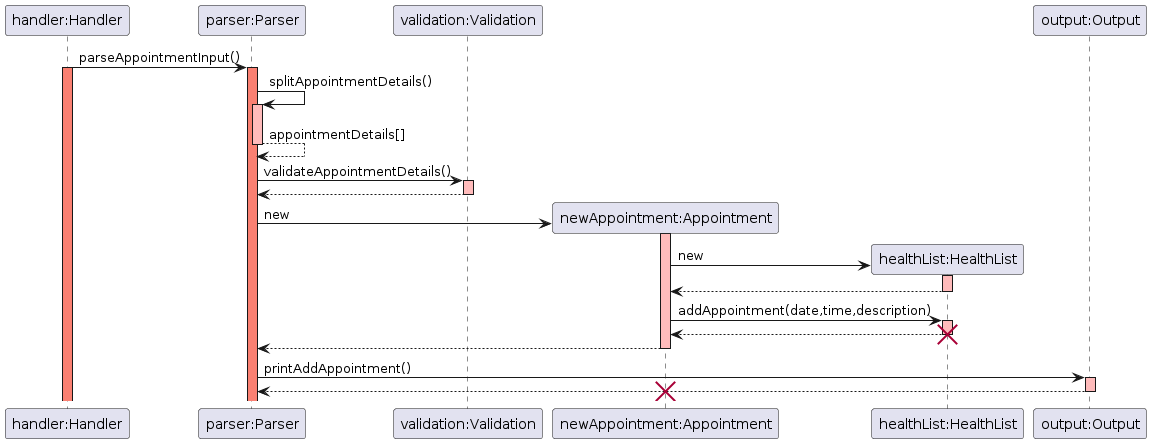
Earlier version of the PlantUML export docs/img/sequence_diagrams/appointment_sequence.png (rouvinerh/tp). The source it was exported from:
```plantuml
@startuml
skinparam sequenceReferenceBackgroundColor lightblue
participant "handler:Handler" as Handler
participant "parser:Parser" as Parser
participant "validation:Validation" as Validation
participant "newAppointment:Appointment" as Appointment
participant "healthList:HealthList" as HealthList
participant "output:Output" as Output

Handler -> Parser: parseAppointmentInput()
activate Handler #salmon
activate Parser #salmon

Parser -> Parser: splitAppointmentDetails()
activate Parser #FFBBBB
Parser --> Parser: appointmentDetails[]
deactivate Parser #FFBBBB

Parser -> Validation: validateAppointmentDetails()
activate Validation #FFBBBB
Validation --> Parser:
deactivate Validation

Parser -> Appointment **: new
activate Appointment #FFBBBB

Appointment -> HealthList **: new
activate HealthList #FFBBBB
HealthList --> Appointment:
deactivate HealthList #FFBBBB
Appointment -> HealthList: addAppointment(date,time,description)
activate HealthList #FFBBBB
HealthList --> Appointment:
deactivate HealthList #FFBBBB
destroy HealthList
Appointment --> Parser:
deactivate Appointment #FFBBBB

Parser -> Output: printAddAppointment()
activate Output #FFBBBB
Output --> Parser:
destroy Appointment
deactivate Output #FFBBBB
@enduml
```
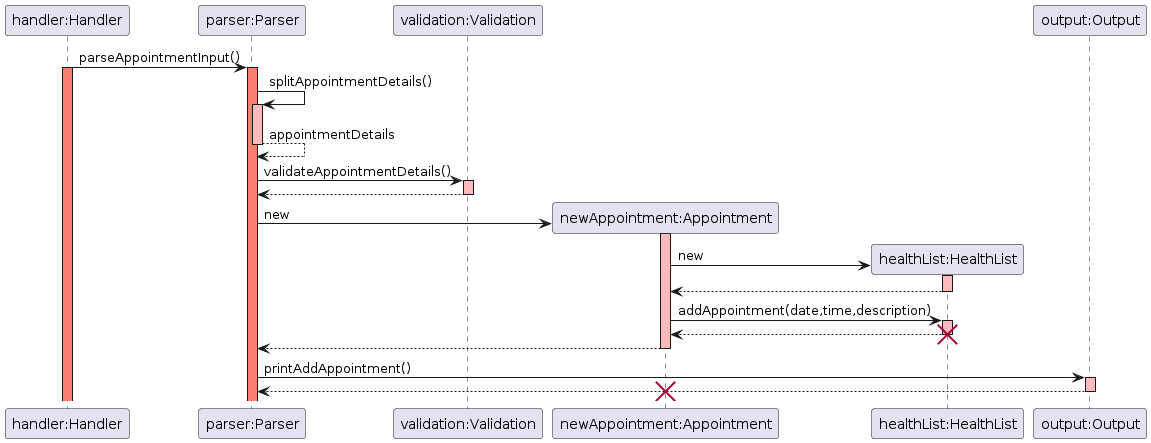
Above is the later version.

The edit, as a diff of the source:
```diff
@@ -13,7 +13,7 @@
 
 Parser -> Parser: splitAppointmentDetails()
 activate Parser #FFBBBB
-Parser --> Parser: appointmentDetails[]
+Parser --> Parser: appointmentDetails
 deactivate Parser #FFBBBB
 
 Parser -> Validation: validateAppointmentDetails()
```
